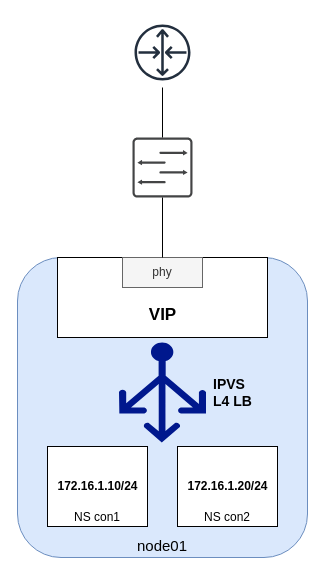
The draw.io diagram page "IPVS" (1 of 8) of 201909_PacketWalkInContainerland_SD19/images.drawio in vainiusd/presentations, before the edit. Source tidied: cells renumbered, new cells numbered last; positions are measured from the earlier drawing's top-left corner, leaving out a move shared by most shapes. Both pictures are drawn from the tidied source at 100%, with x=0, y=0 at pixel (17, 17).
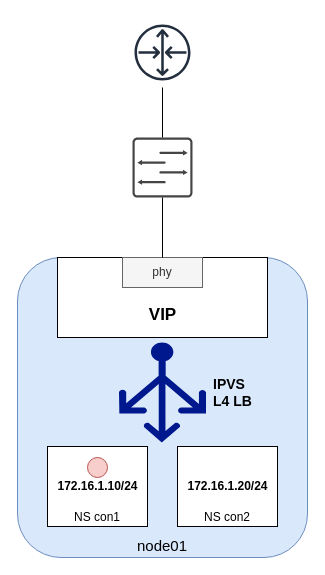
After the change.

What changed in the source:
```diff
@@
 <mxGraphModel>
   <root>
     <mxCell id="0" />
     <mxCell id="1" parent="0" />
     <mxCell id="2" value="&lt;font style=&quot;font-size: 15px&quot;&gt;node01&lt;/font&gt;" style="rounded=1;whiteSpace=wrap;html=1;verticalAlign=bottom;fillColor=#dae8fc;strokeColor=#6C8EBF;" parent="1" vertex="1">
       <mxGeometry y="240" width="290" height="300" as="geometry" />
     </mxCell>
     <mxCell id="3" style="rounded=0;whiteSpace=wrap;html=1;verticalAlign=bottom;align=left;" parent="1" vertex="1">
       <mxGeometry x="40" y="240" width="210" height="80" as="geometry" />
     </mxCell>
     <mxCell id="4" value="phy" style="rounded=0;whiteSpace=wrap;html=1;fillColor=#f5f5f5;strokeColor=#666666;fontColor=#333333;" parent="1" vertex="1">
       <mxGeometry x="105" y="240" width="80" height="30" as="geometry" />
     </mxCell>
     <mxCell id="5" value="NS con1" style="rounded=0;whiteSpace=wrap;html=1;verticalAlign=bottom;align=center;" parent="1" vertex="1">
       <mxGeometry x="30" y="429" width="100" height="80" as="geometry" />
     </mxCell>
     <mxCell id="6" value="NS con2" style="rounded=0;whiteSpace=wrap;html=1;verticalAlign=bottom;align=center;" parent="1" vertex="1">
       <mxGeometry x="160" y="429" width="100" height="80" as="geometry" />
     </mxCell>
     <mxCell id="7" style="shadow=0;dashed=0;html=1;strokeColor=none;fillColor=#434445;labelPosition=center;verticalLabelPosition=bottom;verticalAlign=top;align=center;outlineConnect=0;shape=mxgraph.vvd.switch;" parent="1" vertex="1">
       <mxGeometry x="115" y="120" width="60" height="60" as="geometry" />
     </mxCell>
     <mxCell id="8" style="endArrow=none;html=1;strokeWidth=1;fontColor=#000000;exitX=0.5;exitY=0;exitDx=0;exitDy=0;rounded=0;" parent="1" edge="1" target="7">
       <mxGeometry relative="1" as="geometry">
         <mxPoint x="145" y="240" as="sourcePoint" />
       </mxGeometry>
     </mxCell>
     <mxCell id="9" style="outlineConnect=0;fontColor=#232F3E;gradientColor=none;strokeColor=#232F3E;fillColor=none;dashed=0;verticalLabelPosition=bottom;verticalAlign=top;align=center;html=1;fontSize=12;fontStyle=0;shape=mxgraph.aws4.resourceIcon;resIcon=mxgraph.aws4.router;" parent="1" vertex="1">
       <mxGeometry x="110" width="70" height="70" as="geometry" />
     </mxCell>
     <mxCell id="10" style="endArrow=none;html=1;strokeWidth=1;fontColor=#000000;" parent="1" edge="1" source="7" target="9">
       <mxGeometry relative="1" as="geometry" />
     </mxCell>
     <mxCell id="11" value="&lt;b&gt;172.16.1.10/24&lt;/b&gt;" style="text;html=1;align=center;verticalAlign=middle;fillColor=none;strokeColor=none;rounded=0;fontColor=#000000;" parent="1" vertex="1">
       <mxGeometry x="30" y="459" width="100" height="20" as="geometry" />
     </mxCell>
     <mxCell id="12" value="&lt;b&gt;172.16.1.20/24&lt;/b&gt;" style="text;html=1;align=center;verticalAlign=middle;fillColor=none;strokeColor=none;rounded=0;fontColor=#000000;" parent="1" vertex="1">
       <mxGeometry x="160" y="459" width="100" height="20" as="geometry" />
     </mxCell>
     <mxCell id="13" value="&lt;b style=&quot;font-size: 14px&quot;&gt;&lt;font style=&quot;font-size: 14px&quot;&gt;IPVS&lt;br&gt;L4 LB&lt;br&gt;&lt;/font&gt;&lt;/b&gt;" style="shadow=0;dashed=0;html=1;strokeColor=none;labelPosition=right;verticalLabelPosition=middle;verticalAlign=middle;align=left;shape=mxgraph.azure.load_balancer_generic;fillColor=#00188D;fontColor=#000000;fontSize=14;spacingLeft=5;" parent="1" vertex="1">
       <mxGeometry x="101.5" y="325" width="87" height="100" as="geometry" />
     </mxCell>
     <mxCell id="14" value="&lt;b style=&quot;font-size: 17px;&quot;&gt;VIP&lt;/b&gt;" style="text;html=1;align=center;verticalAlign=middle;fillColor=none;strokeColor=none;rounded=0;fontColor=#000000;fontSize=17;" parent="1" vertex="1">
       <mxGeometry x="130" y="287.5" width="30" height="20" as="geometry" />
     </mxCell>
+    <mxCell id="15" style="ellipse;whiteSpace=wrap;html=1;fillColor=#f8cecc;strokeColor=#b85450;" parent="1" vertex="1">
+      <mxGeometry x="70" y="440" width="20" height="20" as="geometry" />
+    </mxCell>
   </root>
 </mxGraphModel>
```
